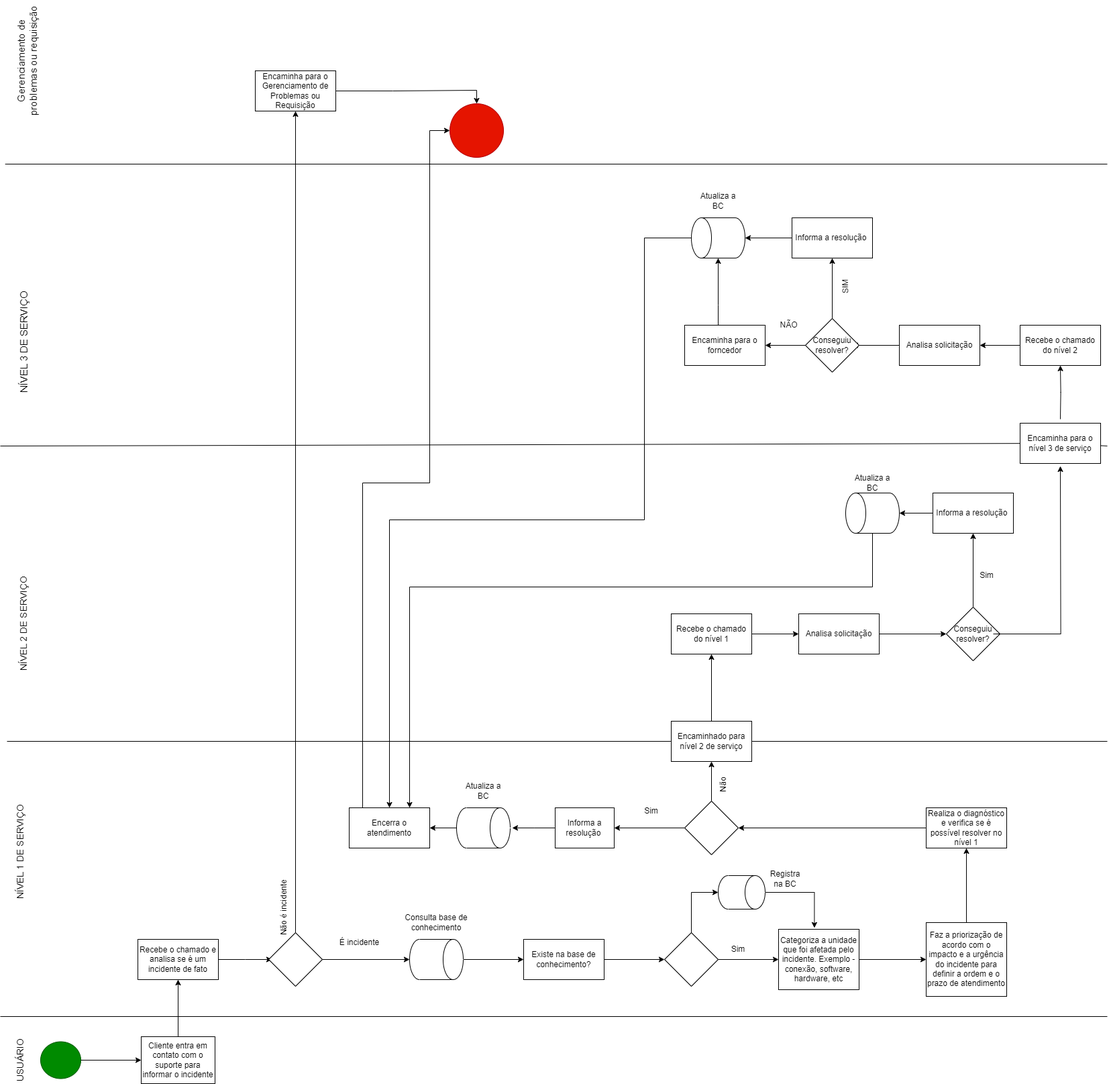
This is Documentação/Fluxograma e GMUD/FluxogramadeIncidente.drawio.png from thalitabreda/BeCold, a draw.io export, as it was before one commit. Source tidied: cells renumbered, new cells last; positions are measured from the earlier drawing's top-left corner, leaving out a move shared by most shapes.
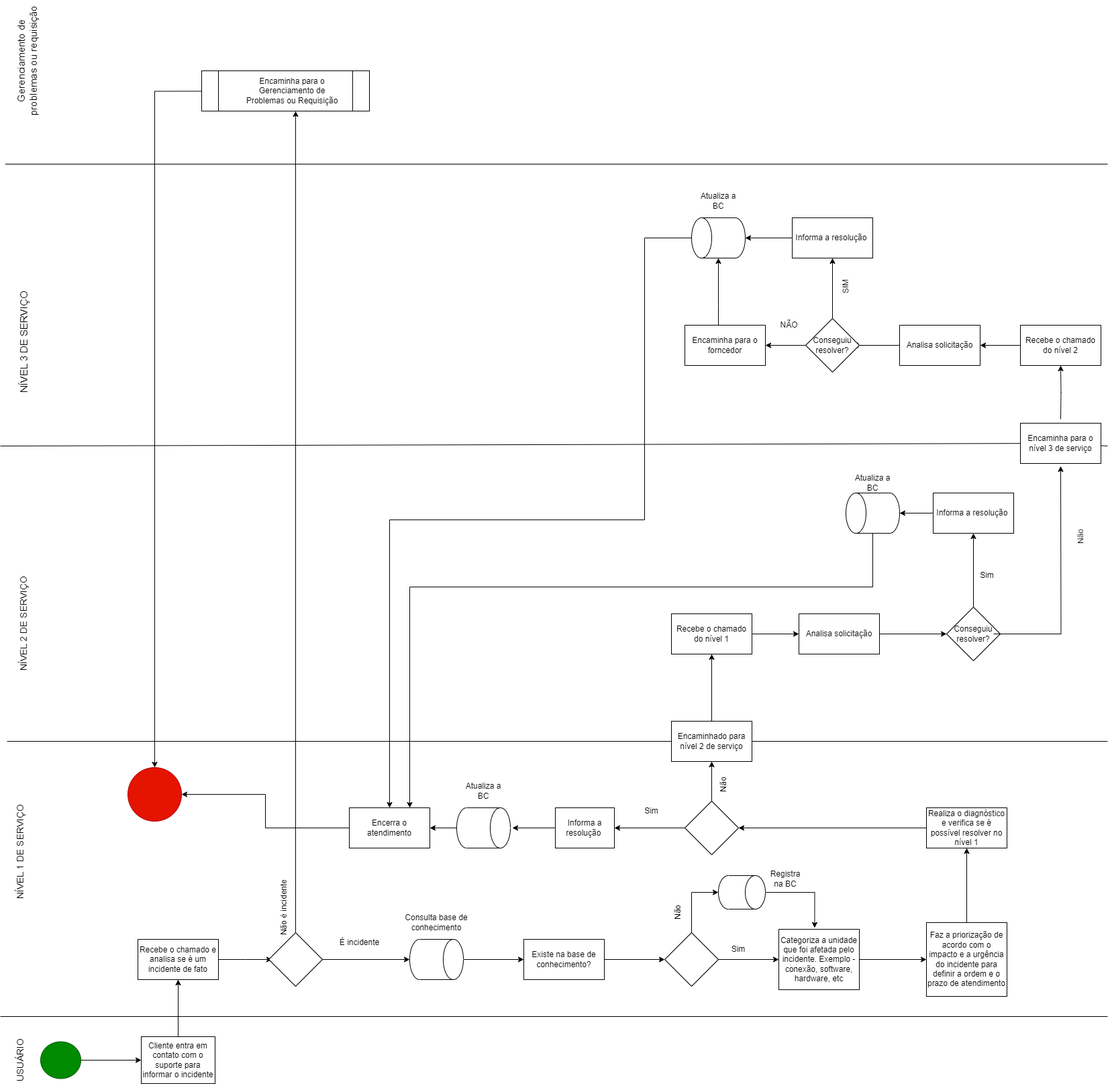
Above is the later version.

Diff of the diagram source:
```diff
@@ -36,8 +36,10 @@
     <mxCell id="10" value="Recebe o chamado e analisa se é um incidente de fato" style="whiteSpace=wrap;html=1;rounded=0;" parent="1" vertex="1">
       <mxGeometry x="260" y="1324" width="120" height="60" as="geometry" />
     </mxCell>
-    <mxCell id="11" style="edgeStyle=orthogonalEdgeStyle;rounded=0;jettySize=auto;html=1;" parent="1" edge="1" source="13" target="16">
-      <mxGeometry relative="1" as="geometry" />
+    <mxCell id="11" style="edgeStyle=orthogonalEdgeStyle;rounded=0;jettySize=auto;html=1;" parent="1" edge="1" source="13">
+      <mxGeometry relative="1" as="geometry">
+        <mxPoint x="495" y="90" as="targetPoint" />
+      </mxGeometry>
     </mxCell>
     <mxCell id="12" style="edgeStyle=orthogonalEdgeStyle;rounded=0;jettySize=auto;html=1;" parent="1" edge="1" source="13" target="44">
       <mxGeometry relative="1" as="geometry" />
@@ -48,12 +50,11 @@
     <mxCell id="14" value="É incidente" style="text;html=1;align=center;verticalAlign=middle;strokeColor=none;fillColor=none;" parent="1" vertex="1">
       <mxGeometry x="550" y="1314" width="80" height="30" as="geometry" />
     </mxCell>
-    <mxCell id="15" style="edgeStyle=orthogonalEdgeStyle;rounded=0;jettySize=auto;html=1;entryX=0.5;entryY=0;entryDx=0;entryDy=0;" parent="1" edge="1" source="16" target="32">
-      <mxGeometry relative="1" as="geometry" />
+    <mxCell id="15" style="edgeStyle=orthogonalEdgeStyle;rounded=0;jettySize=auto;html=1;entryX=0.5;entryY=0;entryDx=0;entryDy=0;" parent="1" edge="1" target="32">
+      <mxGeometry relative="1" as="geometry">
+        <mxPoint x="555" y="60" as="sourcePoint" />
+      </mxGeometry>
     </mxCell>
-    <mxCell id="16" value="Encaminha para o Gerenciamento de Problemas ou Requisição" style="whiteSpace=wrap;html=1;" parent="1" vertex="1">
-      <mxGeometry x="435" y="30" width="120" height="60" as="geometry" />
-    </mxCell>
     <mxCell id="17" value="Não é incidente" style="text;html=1;align=center;verticalAlign=middle;strokeColor=none;fillColor=none;rotation=-90;" parent="1" vertex="1">
       <mxGeometry x="423" y="1262" width="110" height="30" as="geometry" />
     </mxCell>
@@ -102,7 +103,7 @@
       <mxGeometry x="1005" y="1118" width="40" height="30" as="geometry" />
     </mxCell>
     <mxCell id="32" style="ellipse;whiteSpace=wrap;html=1;fillColor=#e51400;fontColor=#ffffff;strokeColor=#B20000;" parent="1" vertex="1">
-      <mxGeometry x="725" y="79" width="80" height="80" as="geometry" />
+      <mxGeometry x="245" y="1068" width="80" height="80" as="geometry" />
     </mxCell>
     <mxCell id="33" style="edgeStyle=orthogonalEdgeStyle;rounded=0;jettySize=auto;html=1;" parent="1" edge="1" source="34" target="58">
       <mxGeometry relative="1" as="geometry" />
@@ -172,14 +173,8 @@
     <mxCell id="54" value="Atualiza a BC" style="text;html=1;strokeColor=none;fillColor=none;align=center;verticalAlign=middle;whiteSpace=wrap;rounded=0;" parent="1" vertex="1">
       <mxGeometry x="745" y="1088" width="60" height="30" as="geometry" />
     </mxCell>
-    <mxCell id="55" style="edgeStyle=orthogonalEdgeStyle;rounded=0;jettySize=auto;html=1;entryX=0;entryY=0.5;entryDx=0;entryDy=0;" parent="1" edge="1" source="56" target="32">
-      <mxGeometry relative="1" as="geometry">
-        <Array as="points">
-          <mxPoint x="595" y="644" />
-          <mxPoint x="695" y="644" />
-          <mxPoint x="695" y="119" />
-        </Array>
-      </mxGeometry>
+    <mxCell id="55" style="edgeStyle=orthogonalEdgeStyle;rounded=0;jettySize=auto;html=1;entryX=1;entryY=0.5;entryDx=0;entryDy=0;" parent="1" edge="1" source="56" target="32">
+      <mxGeometry relative="1" as="geometry" />
     </mxCell>
     <mxCell id="56" value="Encerra o atendimento" style="whiteSpace=wrap;html=1;" parent="1" vertex="1">
       <mxGeometry x="575" y="1128" width="120" height="60" as="geometry" />
@@ -316,5 +311,17 @@
     <mxCell id="91" value="Encaminha para o nível 3 de serviço" style="rounded=0;whiteSpace=wrap;html=1;" parent="1" vertex="1">
       <mxGeometry x="1575" y="555" width="120" height="60" as="geometry" />
     </mxCell>
+    <mxCell id="92" style="shape=process;whiteSpace=wrap;html=1;backgroundOutline=1;" parent="1" vertex="1">
+      <mxGeometry x="355" y="30" width="250" height="60" as="geometry" />
+    </mxCell>
+    <mxCell id="16" value="Encaminha para o Gerenciamento de &lt;br&gt;Problemas ou Requisição" style="text;html=1;strokeColor=none;fillColor=none;align=center;verticalAlign=middle;whiteSpace=wrap;rounded=0;" parent="1" vertex="1">
+      <mxGeometry x="415" y="45" width="150" height="30" as="geometry" />
+    </mxCell>
+    <mxCell id="93" value="Não" style="text;html=1;strokeColor=none;fillColor=none;align=center;verticalAlign=middle;whiteSpace=wrap;rounded=0;rotation=-90;" parent="1" vertex="1">
+      <mxGeometry x="1035" y="1269" width="60" height="30" as="geometry" />
+    </mxCell>
+    <mxCell id="94" value="Não" style="text;html=1;strokeColor=none;fillColor=none;align=center;verticalAlign=middle;whiteSpace=wrap;rounded=0;rotation=-92;" parent="1" vertex="1">
+      <mxGeometry x="1635" y="709" width="60" height="30" as="geometry" />
+    </mxCell>
   </root>
 </mxGraphModel>
```
